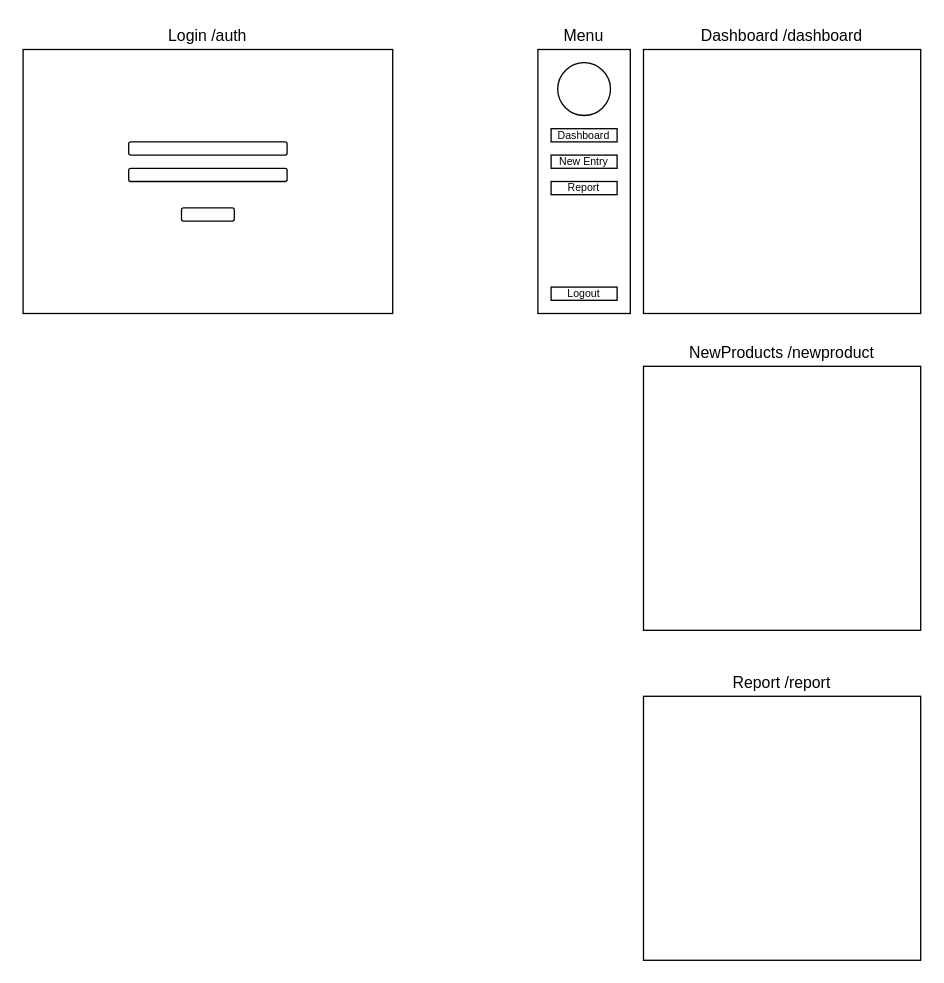
Above: finance.drawio in Anna-Bohun-art/family_finance (draw.io), before the change. Source tidied: cells renumbered, new cells numbered last; positions are measured from the earlier drawing's top-left corner, leaving out a move shared by most shapes. Both pictures are drawn from the tidied source at 132%, with x=0, y=0 at pixel (22, 22).
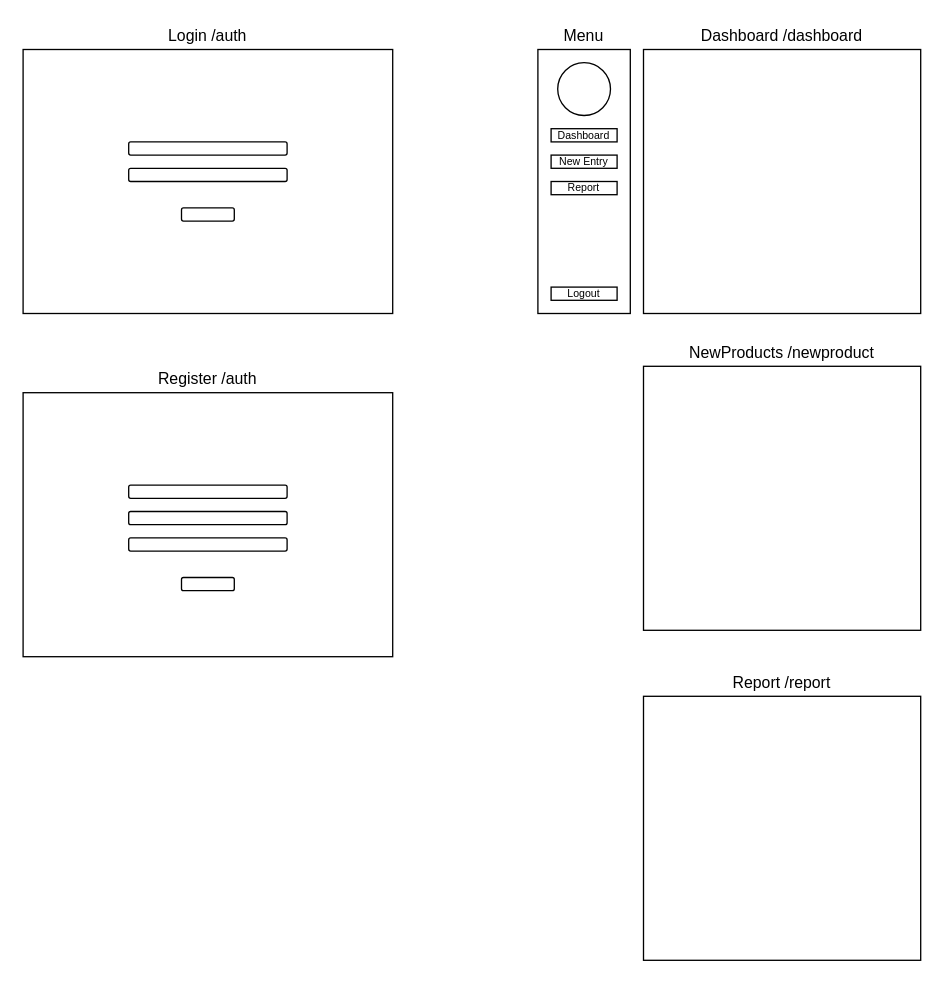
The same diagram, later.

What changed in the source:
```diff
@@
+    <mxCell id="20" style="rounded=0;whiteSpace=wrap;html=1;" parent="1" vertex="1">
+      <mxGeometry y="280" width="280" height="200" as="geometry" />
+    </mxCell>
+    <mxCell id="21" value="Register /auth" style="text;html=1;strokeColor=none;fillColor=none;align=center;verticalAlign=middle;whiteSpace=wrap;rounded=0;" parent="1" vertex="1">
+      <mxGeometry y="260" width="280" height="20" as="geometry" />
+    </mxCell>
+    <mxCell id="22" style="rounded=1;whiteSpace=wrap;html=1;" parent="1" vertex="1">
+      <mxGeometry x="80" y="370" width="120" height="10" as="geometry" />
+    </mxCell>
+    <mxCell id="23" style="rounded=1;whiteSpace=wrap;html=1;" parent="1" vertex="1">
+      <mxGeometry x="80" y="390" width="120" height="10" as="geometry" />
+    </mxCell>
+    <mxCell id="24" style="rounded=1;whiteSpace=wrap;html=1;" parent="1" vertex="1">
+      <mxGeometry x="120" y="420" width="40" height="10" as="geometry" />
+    </mxCell>
+    <mxCell id="25" style="rounded=1;whiteSpace=wrap;html=1;" parent="1" vertex="1">
+      <mxGeometry x="80" y="350" width="120" height="10" as="geometry" />
+    </mxCell>
```
